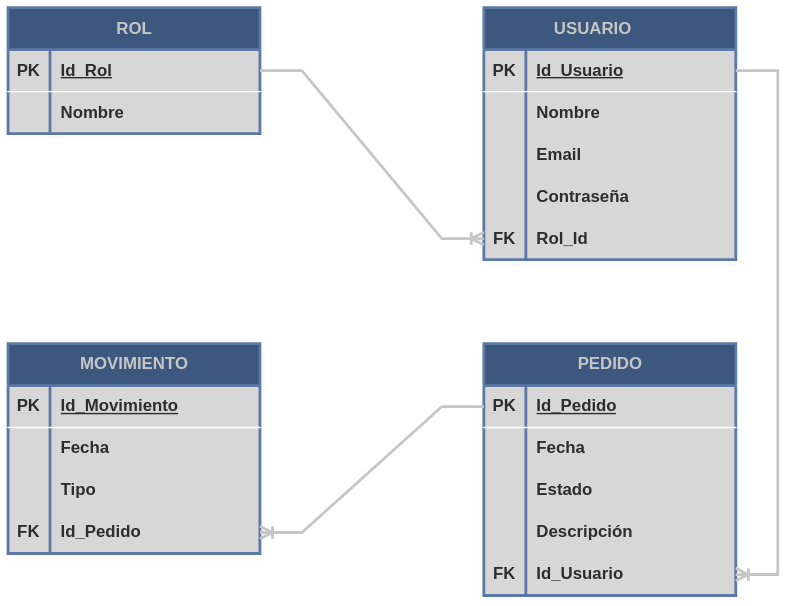
Above: diagrams/DiagramaModeloRelacional.drawio.svg in devcordoba/InicProgBD-Logistica (draw.io), before the change. Source tidied: cells renumbered, new cells last; positions are measured from the earlier drawing's top-left corner, leaving out a move shared by most shapes. The source it was exported from:
```xml
<mxGraphModel>
  <root>
    <mxCell id="0" />
    <mxCell id="1" parent="0" />
    <mxCell id="2" value="ROL" style="shape=table;startSize=30;rowLines=0;fontStyle=1;align=center;html=1;fillColor=light-dark(#DAE8FC,#3D587E);strokeColor=#6c8ebf;swimlaneFillColor=light-dark(#FFFFFF,#D7D7D7);shadow=1;strokeWidth=2;rounded=0;fontColor=#2D2D2D;labelBackgroundColor=none;labelBorderColor=none;gradientColor=none;" parent="1" vertex="1">
      <mxGeometry width="180" height="90" as="geometry" />
    </mxCell>
    <mxCell id="3" style="shape=tableRow;horizontal=0;startSize=0;swimlaneHead=0;swimlaneBody=0;fillColor=none;points=[[0,0.5],[1,0.5]];portConstraint=eastwest;top=0;left=0;right=0;bottom=1;" parent="2" vertex="1">
      <mxGeometry y="30" width="180" height="30" as="geometry" />
    </mxCell>
    <mxCell id="4" value="PK" style="shape=partialRectangle;fillColor=none;top=0;left=0;bottom=0;right=0;fontStyle=1;overflow=hidden;whiteSpace=wrap;html=1;fontColor=light-dark(#000000,#2D2D2D);" parent="3" vertex="1">
      <mxGeometry width="30" height="30" as="geometry" />
    </mxCell>
    <mxCell id="5" value="Id_Rol" style="shape=partialRectangle;fillColor=none;top=0;left=0;bottom=0;right=0;align=left;spacingLeft=6;fontStyle=5;overflow=hidden;whiteSpace=wrap;html=1;fontColor=light-dark(#000000,#2D2D2D);" parent="3" vertex="1">
      <mxGeometry x="30" width="150" height="30" as="geometry" />
    </mxCell>
    <mxCell id="6" style="shape=tableRow;horizontal=0;startSize=0;swimlaneHead=0;swimlaneBody=0;fillColor=none;top=0;left=0;right=0;bottom=0;" parent="2" vertex="1">
      <mxGeometry y="60" width="180" height="30" as="geometry" />
    </mxCell>
    <mxCell id="7" style="shape=partialRectangle;fillColor=none;top=0;left=0;bottom=0;right=0;overflow=hidden;whiteSpace=wrap;html=1;" parent="6" vertex="1">
      <mxGeometry width="30" height="30" as="geometry" />
    </mxCell>
    <mxCell id="8" value="Nombre" style="shape=partialRectangle;fillColor=none;top=0;left=0;bottom=0;right=0;align=left;spacingLeft=6;overflow=hidden;whiteSpace=wrap;html=1;fontStyle=1;fontColor=light-dark(#000000,#2D2D2D);" parent="6" vertex="1">
      <mxGeometry x="30" width="150" height="30" as="geometry" />
    </mxCell>
    <mxCell id="9" style="shape=tableRow;horizontal=0;startSize=0;swimlaneHead=0;swimlaneBody=0;fillColor=none;top=0;left=0;right=0;bottom=0;" parent="1" vertex="1">
      <mxGeometry x="190" y="260" width="180" height="30" as="geometry" />
    </mxCell>
    <mxCell id="10" style="shape=partialRectangle;fillColor=none;top=0;left=0;bottom=0;right=0;overflow=hidden;whiteSpace=wrap;html=1;" parent="9" vertex="1">
      <mxGeometry width="30" height="30" as="geometry" />
    </mxCell>
    <mxCell id="11" value="USUARIO&lt;span style=&quot;white-space: pre;&quot;&gt;&#9;&lt;/span&gt;" style="shape=table;startSize=30;rowLines=0;fontStyle=1;align=center;html=1;fillColor=light-dark(#DAE8FC,#3D587E);strokeColor=#6c8ebf;gradientColor=none;swimlaneFillColor=light-dark(#FFFFFF,#D7D7D7);shadow=1;strokeWidth=2;rounded=0;fontColor=#2D2D2D;labelBackgroundColor=none;labelBorderColor=none;" parent="1" vertex="1">
      <mxGeometry x="340" width="180" height="180" as="geometry" />
    </mxCell>
    <mxCell id="12" style="shape=tableRow;horizontal=0;startSize=0;swimlaneHead=0;swimlaneBody=0;fillColor=none;points=[[0,0.5],[1,0.5]];portConstraint=eastwest;top=0;left=0;right=0;bottom=1;" parent="11" vertex="1">
      <mxGeometry y="30" width="180" height="30" as="geometry" />
    </mxCell>
    <mxCell id="13" value="PK" style="shape=partialRectangle;fillColor=none;top=0;left=0;bottom=0;right=0;fontStyle=1;overflow=hidden;whiteSpace=wrap;html=1;fontColor=light-dark(#000000,#2D2D2D);" parent="12" vertex="1">
      <mxGeometry width="30" height="30" as="geometry" />
    </mxCell>
    <mxCell id="14" value="Id_Usuario" style="shape=partialRectangle;fillColor=none;top=0;left=0;bottom=0;right=0;align=left;spacingLeft=6;fontStyle=5;overflow=hidden;whiteSpace=wrap;html=1;fontColor=light-dark(#000000,#2D2D2D);" parent="12" vertex="1">
      <mxGeometry x="30" width="150" height="30" as="geometry" />
    </mxCell>
    <mxCell id="15" style="shape=tableRow;horizontal=0;startSize=0;swimlaneHead=0;swimlaneBody=0;fillColor=none;top=0;left=0;right=0;bottom=0;" parent="11" vertex="1">
      <mxGeometry y="60" width="180" height="30" as="geometry" />
    </mxCell>
    <mxCell id="16" style="shape=partialRectangle;fillColor=none;top=0;left=0;bottom=0;right=0;overflow=hidden;whiteSpace=wrap;html=1;fontStyle=1;fontColor=light-dark(#000000,#2D2D2D);" parent="15" vertex="1">
      <mxGeometry width="30" height="30" as="geometry" />
    </mxCell>
    <mxCell id="17" value="Nombre" style="shape=partialRectangle;fillColor=none;top=0;left=0;bottom=0;right=0;align=left;spacingLeft=6;overflow=hidden;whiteSpace=wrap;html=1;fontStyle=1;fontColor=light-dark(#000000,#2D2D2D);" parent="15" vertex="1">
      <mxGeometry x="30" width="150" height="30" as="geometry" />
    </mxCell>
    <mxCell id="18" style="shape=tableRow;horizontal=0;startSize=0;swimlaneHead=0;swimlaneBody=0;fillColor=none;top=0;left=0;right=0;bottom=0;" parent="11" vertex="1">
      <mxGeometry y="90" width="180" height="30" as="geometry" />
    </mxCell>
    <mxCell id="19" style="shape=partialRectangle;fillColor=none;top=0;left=0;bottom=0;right=0;overflow=hidden;whiteSpace=wrap;html=1;fontStyle=1;fontColor=light-dark(#000000,#2D2D2D);" parent="18" vertex="1">
      <mxGeometry width="30" height="30" as="geometry" />
    </mxCell>
    <mxCell id="20" value="Email" style="shape=partialRectangle;fillColor=none;top=0;left=0;bottom=0;right=0;align=left;spacingLeft=6;overflow=hidden;whiteSpace=wrap;html=1;fontStyle=1;fontColor=light-dark(#000000,#2D2D2D);" parent="18" vertex="1">
      <mxGeometry x="30" width="150" height="30" as="geometry" />
    </mxCell>
    <mxCell id="21" style="shape=tableRow;horizontal=0;startSize=0;swimlaneHead=0;swimlaneBody=0;fillColor=none;top=0;left=0;right=0;bottom=0;" parent="11" vertex="1">
      <mxGeometry y="120" width="180" height="30" as="geometry" />
    </mxCell>
    <mxCell id="22" style="shape=partialRectangle;fillColor=none;top=0;left=0;bottom=0;right=0;overflow=hidden;whiteSpace=wrap;html=1;fontStyle=1;fontColor=light-dark(#000000,#2D2D2D);" parent="21" vertex="1">
      <mxGeometry width="30" height="30" as="geometry" />
    </mxCell>
    <mxCell id="23" value="Contraseña" style="shape=partialRectangle;fillColor=none;top=0;left=0;bottom=0;right=0;align=left;spacingLeft=6;overflow=hidden;whiteSpace=wrap;html=1;fontStyle=1;fontColor=light-dark(#000000,#2D2D2D);" parent="21" vertex="1">
      <mxGeometry x="30" width="150" height="30" as="geometry" />
    </mxCell>
    <mxCell id="24" style="shape=tableRow;horizontal=0;startSize=0;swimlaneHead=0;swimlaneBody=0;fillColor=none;points=[[0,0.5],[1,0.5]];portConstraint=eastwest;top=0;left=0;right=0;bottom=0;" parent="11" vertex="1">
      <mxGeometry y="150" width="180" height="30" as="geometry" />
    </mxCell>
    <mxCell id="25" value="&lt;span&gt;FK&lt;/span&gt;" style="shape=partialRectangle;fillColor=none;top=0;left=0;bottom=0;right=0;fontStyle=1;overflow=hidden;whiteSpace=wrap;html=1;fontColor=light-dark(#000000,#2D2D2D);" parent="24" vertex="1">
      <mxGeometry width="30" height="30" as="geometry" />
    </mxCell>
    <mxCell id="26" value="&lt;span&gt;Rol_Id&lt;/span&gt;" style="shape=partialRectangle;fillColor=none;top=0;left=0;bottom=0;right=0;align=left;spacingLeft=6;fontStyle=1;overflow=hidden;whiteSpace=wrap;html=1;fontColor=light-dark(#000000,#2D2D2D);" parent="24" vertex="1">
      <mxGeometry x="30" width="150" height="30" as="geometry" />
    </mxCell>
    <mxCell id="27" value="PEDIDO" style="shape=table;startSize=30;rowLines=0;fontStyle=1;align=center;html=1;fillColor=light-dark(#DAE8FC,#3D587E);strokeColor=#6c8ebf;swimlaneFillColor=light-dark(#FFFFFF,#D7D7D7);shadow=1;strokeWidth=2;rounded=0;fontColor=#2D2D2D;labelBackgroundColor=none;labelBorderColor=none;gradientColor=none;" parent="1" vertex="1">
      <mxGeometry x="340" y="240" width="180" height="180" as="geometry" />
    </mxCell>
    <mxCell id="28" style="shape=tableRow;horizontal=0;startSize=0;swimlaneHead=0;swimlaneBody=0;fillColor=none;points=[[0,0.5],[1,0.5]];portConstraint=eastwest;top=0;left=0;right=0;bottom=1;" parent="27" vertex="1">
      <mxGeometry y="30" width="180" height="30" as="geometry" />
    </mxCell>
    <mxCell id="29" value="PK" style="shape=partialRectangle;fillColor=none;top=0;left=0;bottom=0;right=0;fontStyle=1;overflow=hidden;whiteSpace=wrap;html=1;fontColor=light-dark(#000000,#2D2D2D);" parent="28" vertex="1">
      <mxGeometry width="30" height="30" as="geometry" />
    </mxCell>
    <mxCell id="30" value="Id_Pedido" style="shape=partialRectangle;fillColor=none;top=0;left=0;bottom=0;right=0;align=left;spacingLeft=6;fontStyle=5;overflow=hidden;whiteSpace=wrap;html=1;fontColor=light-dark(#000000,#2D2D2D);" parent="28" vertex="1">
      <mxGeometry x="30" width="150" height="30" as="geometry" />
    </mxCell>
    <mxCell id="31" style="shape=tableRow;horizontal=0;startSize=0;swimlaneHead=0;swimlaneBody=0;fillColor=none;top=0;left=0;right=0;bottom=0;" parent="27" vertex="1">
      <mxGeometry y="60" width="180" height="30" as="geometry" />
    </mxCell>
    <mxCell id="32" style="shape=partialRectangle;fillColor=none;top=0;left=0;bottom=0;right=0;overflow=hidden;whiteSpace=wrap;html=1;fontStyle=1;fontColor=light-dark(#000000,#2D2D2D);" parent="31" vertex="1">
      <mxGeometry width="30" height="30" as="geometry" />
    </mxCell>
    <mxCell id="33" value="Fecha&lt;span style=&quot;white-space: pre;&quot;&gt;&#9;&lt;/span&gt;" style="shape=partialRectangle;fillColor=none;top=0;left=0;bottom=0;right=0;align=left;spacingLeft=6;overflow=hidden;whiteSpace=wrap;html=1;fontStyle=1;fontColor=light-dark(#000000,#2D2D2D);" parent="31" vertex="1">
      <mxGeometry x="30" width="150" height="30" as="geometry" />
    </mxCell>
    <mxCell id="34" style="shape=tableRow;horizontal=0;startSize=0;swimlaneHead=0;swimlaneBody=0;fillColor=none;top=0;left=0;right=0;bottom=0;" parent="27" vertex="1">
      <mxGeometry y="90" width="180" height="30" as="geometry" />
    </mxCell>
    <mxCell id="35" style="shape=partialRectangle;fillColor=none;top=0;left=0;bottom=0;right=0;overflow=hidden;whiteSpace=wrap;html=1;fontStyle=1;fontColor=light-dark(#000000,#2D2D2D);" parent="34" vertex="1">
      <mxGeometry width="30" height="30" as="geometry" />
    </mxCell>
    <mxCell id="36" value="Estado" style="shape=partialRectangle;fillColor=none;top=0;left=0;bottom=0;right=0;align=left;spacingLeft=6;overflow=hidden;whiteSpace=wrap;html=1;fontStyle=1;fontColor=light-dark(#000000,#2D2D2D);" parent="34" vertex="1">
      <mxGeometry x="30" width="150" height="30" as="geometry" />
    </mxCell>
    <mxCell id="37" style="shape=tableRow;horizontal=0;startSize=0;swimlaneHead=0;swimlaneBody=0;fillColor=none;top=0;left=0;right=0;bottom=0;" parent="27" vertex="1">
      <mxGeometry y="120" width="180" height="30" as="geometry" />
    </mxCell>
    <mxCell id="38" style="shape=partialRectangle;fillColor=none;top=0;left=0;bottom=0;right=0;overflow=hidden;whiteSpace=wrap;html=1;fontStyle=1;fontColor=light-dark(#000000,#2D2D2D);" parent="37" vertex="1">
      <mxGeometry width="30" height="30" as="geometry" />
    </mxCell>
    <mxCell id="39" value="Descripción" style="shape=partialRectangle;fillColor=none;top=0;left=0;bottom=0;right=0;align=left;spacingLeft=6;overflow=hidden;whiteSpace=wrap;html=1;fontStyle=1;fontColor=light-dark(#000000,#2D2D2D);" parent="37" vertex="1">
      <mxGeometry x="30" width="150" height="30" as="geometry" />
    </mxCell>
    <mxCell id="40" style="shape=tableRow;horizontal=0;startSize=0;swimlaneHead=0;swimlaneBody=0;fillColor=none;points=[[0,0.5],[1,0.5]];portConstraint=eastwest;top=0;left=0;right=0;bottom=0;" parent="27" vertex="1">
      <mxGeometry y="150" width="180" height="30" as="geometry" />
    </mxCell>
    <mxCell id="41" value="FK" style="shape=partialRectangle;fillColor=none;top=0;left=0;bottom=0;right=0;fontStyle=1;overflow=hidden;whiteSpace=wrap;html=1;fontColor=light-dark(#000000,#2D2D2D);" parent="40" vertex="1">
      <mxGeometry width="30" height="30" as="geometry" />
    </mxCell>
    <mxCell id="42" value="&lt;span&gt;Id_Usuario&lt;/span&gt;" style="shape=partialRectangle;fillColor=none;top=0;left=0;bottom=0;right=0;align=left;spacingLeft=6;fontStyle=1;overflow=hidden;whiteSpace=wrap;html=1;fontColor=light-dark(#000000,#2D2D2D);" parent="40" vertex="1">
      <mxGeometry x="30" width="150" height="30" as="geometry" />
    </mxCell>
    <mxCell id="43" value="MOVIMIENTO" style="shape=table;startSize=30;rowLines=0;fontStyle=1;align=center;html=1;fillColor=light-dark(#DAE8FC,#3D587E);strokeColor=#6c8ebf;swimlaneFillColor=light-dark(#FFFFFF,#D7D7D7);shadow=1;strokeWidth=2;rounded=0;fontColor=#2D2D2D;labelBackgroundColor=none;labelBorderColor=none;gradientColor=none;" parent="1" vertex="1">
      <mxGeometry y="240" width="180" height="150" as="geometry" />
    </mxCell>
    <mxCell id="44" style="shape=tableRow;horizontal=0;startSize=0;swimlaneHead=0;swimlaneBody=0;fillColor=none;top=0;left=0;right=0;bottom=1;" parent="43" vertex="1">
      <mxGeometry y="30" width="180" height="30" as="geometry" />
    </mxCell>
    <mxCell id="45" value="PK" style="shape=partialRectangle;fillColor=none;top=0;left=0;bottom=0;right=0;fontStyle=1;overflow=hidden;whiteSpace=wrap;html=1;fontColor=light-dark(#000000,#2D2D2D);" parent="44" vertex="1">
      <mxGeometry width="30" height="30" as="geometry" />
    </mxCell>
    <mxCell id="46" value="Id_Movimiento" style="shape=partialRectangle;fillColor=none;top=0;left=0;bottom=0;right=0;align=left;spacingLeft=6;fontStyle=5;overflow=hidden;whiteSpace=wrap;html=1;fontColor=light-dark(#000000,#2D2D2D);" parent="44" vertex="1">
      <mxGeometry x="30" width="150" height="30" as="geometry" />
    </mxCell>
    <mxCell id="47" style="shape=tableRow;horizontal=0;startSize=0;swimlaneHead=0;swimlaneBody=0;fillColor=none;top=0;left=0;right=0;bottom=0;" parent="43" vertex="1">
      <mxGeometry y="60" width="180" height="30" as="geometry" />
    </mxCell>
    <mxCell id="48" style="shape=partialRectangle;fillColor=none;top=0;left=0;bottom=0;right=0;overflow=hidden;whiteSpace=wrap;html=1;fontStyle=1;fontColor=light-dark(#000000,#2D2D2D);" parent="47" vertex="1">
      <mxGeometry width="30" height="30" as="geometry" />
    </mxCell>
    <mxCell id="49" value="Fecha&lt;span style=&quot;white-space: pre;&quot;&gt;&#9;&lt;/span&gt;" style="shape=partialRectangle;fillColor=none;top=0;left=0;bottom=0;right=0;align=left;spacingLeft=6;overflow=hidden;whiteSpace=wrap;html=1;fontStyle=1;fontColor=light-dark(#000000,#2D2D2D);" parent="47" vertex="1">
      <mxGeometry x="30" width="150" height="30" as="geometry" />
    </mxCell>
    <mxCell id="50" style="shape=tableRow;horizontal=0;startSize=0;swimlaneHead=0;swimlaneBody=0;fillColor=none;top=0;left=0;right=0;bottom=0;" parent="43" vertex="1">
      <mxGeometry y="90" width="180" height="30" as="geometry" />
    </mxCell>
    <mxCell id="51" style="shape=partialRectangle;fillColor=none;top=0;left=0;bottom=0;right=0;overflow=hidden;whiteSpace=wrap;html=1;fontStyle=1;fontColor=light-dark(#000000,#2D2D2D);" parent="50" vertex="1">
      <mxGeometry width="30" height="30" as="geometry" />
    </mxCell>
    <mxCell id="52" value="Tipo" style="shape=partialRectangle;fillColor=none;top=0;left=0;bottom=0;right=0;align=left;spacingLeft=6;overflow=hidden;whiteSpace=wrap;html=1;fontStyle=1;fontColor=light-dark(#000000,#2D2D2D);" parent="50" vertex="1">
      <mxGeometry x="30" width="150" height="30" as="geometry" />
    </mxCell>
    <mxCell id="53" style="shape=tableRow;horizontal=0;startSize=0;swimlaneHead=0;swimlaneBody=0;fillColor=none;points=[[0,0.5],[1,0.5]];portConstraint=eastwest;top=0;left=0;right=0;bottom=0;" parent="43" vertex="1">
      <mxGeometry y="120" width="180" height="30" as="geometry" />
    </mxCell>
    <mxCell id="54" value="FK" style="shape=partialRectangle;fillColor=none;top=0;left=0;bottom=0;right=0;fontStyle=1;overflow=hidden;whiteSpace=wrap;html=1;fontColor=light-dark(#000000,#2D2D2D);" parent="53" vertex="1">
      <mxGeometry width="30" height="30" as="geometry" />
    </mxCell>
    <mxCell id="55" value="&lt;span&gt;Id_Pedido&lt;/span&gt;" style="shape=partialRectangle;fillColor=none;top=0;left=0;bottom=0;right=0;align=left;spacingLeft=6;fontStyle=1;overflow=hidden;whiteSpace=wrap;html=1;fontColor=light-dark(#000000,#2D2D2D);" parent="53" vertex="1">
      <mxGeometry x="30" width="150" height="30" as="geometry" />
    </mxCell>
    <mxCell id="56" style="edgeStyle=entityRelationEdgeStyle;fontSize=12;html=1;endArrow=ERoneToMany;rounded=0;entryX=0;entryY=0.5;entryDx=0;entryDy=0;exitX=1;exitY=0.5;exitDx=0;exitDy=0;strokeWidth=2;strokeColor=#2D2D2D;" parent="1" edge="1" source="3" target="24">
      <mxGeometry relative="1" as="geometry" />
    </mxCell>
    <mxCell id="57" style="edgeStyle=entityRelationEdgeStyle;fontSize=12;html=1;endArrow=ERoneToMany;rounded=0;exitX=1;exitY=0.5;exitDx=0;exitDy=0;entryX=1;entryY=0.5;entryDx=0;entryDy=0;strokeWidth=2;strokeColor=#2D2D2D;" parent="1" edge="1" source="12" target="40">
      <mxGeometry relative="1" as="geometry" />
    </mxCell>
    <mxCell id="58" style="edgeStyle=entityRelationEdgeStyle;fontSize=12;html=1;endArrow=ERoneToMany;rounded=0;exitX=0;exitY=0.5;exitDx=0;exitDy=0;entryX=1;entryY=0.5;entryDx=0;entryDy=0;strokeWidth=2;strokeColor=#2D2D2D;" parent="1" edge="1" source="28" target="53">
      <mxGeometry relative="1" as="geometry" />
    </mxCell>
  </root>
</mxGraphModel>
```
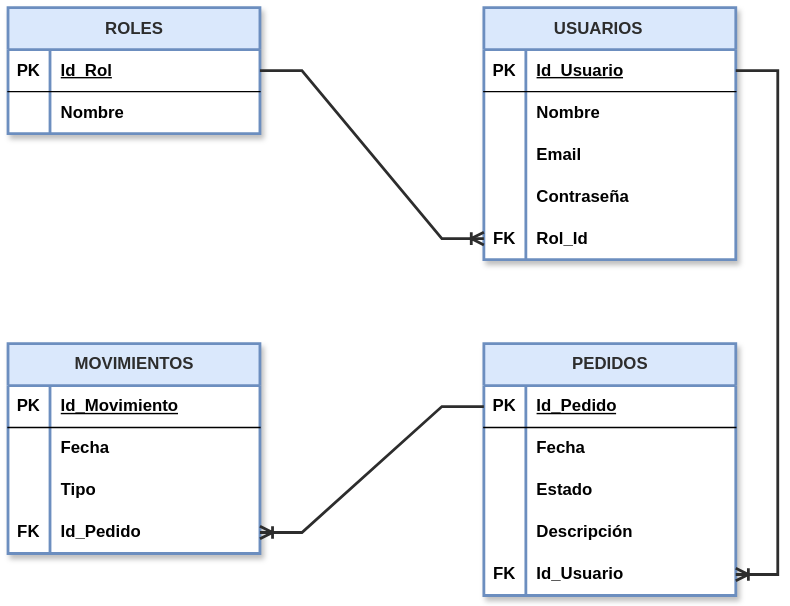
The same file after the commit.

Change to the diagram source:
```diff
@@ -2,7 +2,7 @@
   <root>
     <mxCell id="0" />
     <mxCell id="1" parent="0" />
-    <mxCell id="2" value="ROL" style="shape=table;startSize=30;rowLines=0;fontStyle=1;align=center;html=1;fillColor=light-dark(#DAE8FC,#3D587E);strokeColor=#6c8ebf;swimlaneFillColor=light-dark(#FFFFFF,#D7D7D7);shadow=1;strokeWidth=2;rounded=0;fontColor=#2D2D2D;labelBackgroundColor=none;labelBorderColor=none;gradientColor=none;" parent="1" vertex="1">
+    <mxCell id="2" value="ROLES" style="shape=table;startSize=30;rowLines=0;fontStyle=1;align=center;html=1;fillColor=light-dark(#DAE8FC,#3D587E);strokeColor=#6c8ebf;swimlaneFillColor=light-dark(#FFFFFF,#D7D7D7);shadow=1;strokeWidth=2;rounded=0;fontColor=#2D2D2D;labelBackgroundColor=none;labelBorderColor=none;gradientColor=none;" parent="1" vertex="1">
       <mxGeometry width="180" height="90" as="geometry" />
     </mxCell>
     <mxCell id="3" style="shape=tableRow;horizontal=0;startSize=0;swimlaneHead=0;swimlaneBody=0;fillColor=none;points=[[0,0.5],[1,0.5]];portConstraint=eastwest;top=0;left=0;right=0;bottom=1;" parent="2" vertex="1">
@@ -29,7 +29,7 @@
     <mxCell id="10" style="shape=partialRectangle;fillColor=none;top=0;left=0;bottom=0;right=0;overflow=hidden;whiteSpace=wrap;html=1;" parent="9" vertex="1">
       <mxGeometry width="30" height="30" as="geometry" />
     </mxCell>
-    <mxCell id="11" value="USUARIO&lt;span style=&quot;white-space: pre;&quot;&gt;&#9;&lt;/span&gt;" style="shape=table;startSize=30;rowLines=0;fontStyle=1;align=center;html=1;fillColor=light-dark(#DAE8FC,#3D587E);strokeColor=#6c8ebf;gradientColor=none;swimlaneFillColor=light-dark(#FFFFFF,#D7D7D7);shadow=1;strokeWidth=2;rounded=0;fontColor=#2D2D2D;labelBackgroundColor=none;labelBorderColor=none;" parent="1" vertex="1">
+    <mxCell id="11" value="USUARIOS&lt;span style=&quot;white-space: pre;&quot;&gt;&#9;&lt;/span&gt;" style="shape=table;startSize=30;rowLines=0;fontStyle=1;align=center;html=1;fillColor=light-dark(#DAE8FC,#3D587E);strokeColor=#6c8ebf;gradientColor=none;swimlaneFillColor=light-dark(#FFFFFF,#D7D7D7);shadow=1;strokeWidth=2;rounded=0;fontColor=#2D2D2D;labelBackgroundColor=none;labelBorderColor=none;" parent="1" vertex="1">
       <mxGeometry x="340" width="180" height="180" as="geometry" />
     </mxCell>
     <mxCell id="12" style="shape=tableRow;horizontal=0;startSize=0;swimlaneHead=0;swimlaneBody=0;fillColor=none;points=[[0,0.5],[1,0.5]];portConstraint=eastwest;top=0;left=0;right=0;bottom=1;" parent="11" vertex="1">
@@ -77,7 +77,7 @@
     <mxCell id="26" value="&lt;span&gt;Rol_Id&lt;/span&gt;" style="shape=partialRectangle;fillColor=none;top=0;left=0;bottom=0;right=0;align=left;spacingLeft=6;fontStyle=1;overflow=hidden;whiteSpace=wrap;html=1;fontColor=light-dark(#000000,#2D2D2D);" parent="24" vertex="1">
       <mxGeometry x="30" width="150" height="30" as="geometry" />
     </mxCell>
-    <mxCell id="27" value="PEDIDO" style="shape=table;startSize=30;rowLines=0;fontStyle=1;align=center;html=1;fillColor=light-dark(#DAE8FC,#3D587E);strokeColor=#6c8ebf;swimlaneFillColor=light-dark(#FFFFFF,#D7D7D7);shadow=1;strokeWidth=2;rounded=0;fontColor=#2D2D2D;labelBackgroundColor=none;labelBorderColor=none;gradientColor=none;" parent="1" vertex="1">
+    <mxCell id="27" value="PEDIDOS" style="shape=table;startSize=30;rowLines=0;fontStyle=1;align=center;html=1;fillColor=light-dark(#DAE8FC,#3D587E);strokeColor=#6c8ebf;swimlaneFillColor=light-dark(#FFFFFF,#D7D7D7);shadow=1;strokeWidth=2;rounded=0;fontColor=#2D2D2D;labelBackgroundColor=none;labelBorderColor=none;gradientColor=none;" parent="1" vertex="1">
       <mxGeometry x="340" y="240" width="180" height="180" as="geometry" />
     </mxCell>
     <mxCell id="28" style="shape=tableRow;horizontal=0;startSize=0;swimlaneHead=0;swimlaneBody=0;fillColor=none;points=[[0,0.5],[1,0.5]];portConstraint=eastwest;top=0;left=0;right=0;bottom=1;" parent="27" vertex="1">
@@ -125,7 +125,7 @@
     <mxCell id="42" value="&lt;span&gt;Id_Usuario&lt;/span&gt;" style="shape=partialRectangle;fillColor=none;top=0;left=0;bottom=0;right=0;align=left;spacingLeft=6;fontStyle=1;overflow=hidden;whiteSpace=wrap;html=1;fontColor=light-dark(#000000,#2D2D2D);" parent="40" vertex="1">
       <mxGeometry x="30" width="150" height="30" as="geometry" />
     </mxCell>
-    <mxCell id="43" value="MOVIMIENTO" style="shape=table;startSize=30;rowLines=0;fontStyle=1;align=center;html=1;fillColor=light-dark(#DAE8FC,#3D587E);strokeColor=#6c8ebf;swimlaneFillColor=light-dark(#FFFFFF,#D7D7D7);shadow=1;strokeWidth=2;rounded=0;fontColor=#2D2D2D;labelBackgroundColor=none;labelBorderColor=none;gradientColor=none;" parent="1" vertex="1">
+    <mxCell id="43" value="MOVIMIENTOS" style="shape=table;startSize=30;rowLines=0;fontStyle=1;align=center;html=1;fillColor=light-dark(#DAE8FC,#3D587E);strokeColor=#6c8ebf;swimlaneFillColor=light-dark(#FFFFFF,#D7D7D7);shadow=1;strokeWidth=2;rounded=0;fontColor=#2D2D2D;labelBackgroundColor=none;labelBorderColor=none;gradientColor=none;" parent="1" vertex="1">
       <mxGeometry y="240" width="180" height="150" as="geometry" />
     </mxCell>
     <mxCell id="44" style="shape=tableRow;horizontal=0;startSize=0;swimlaneHead=0;swimlaneBody=0;fillColor=none;top=0;left=0;right=0;bottom=1;" parent="43" vertex="1">
```
